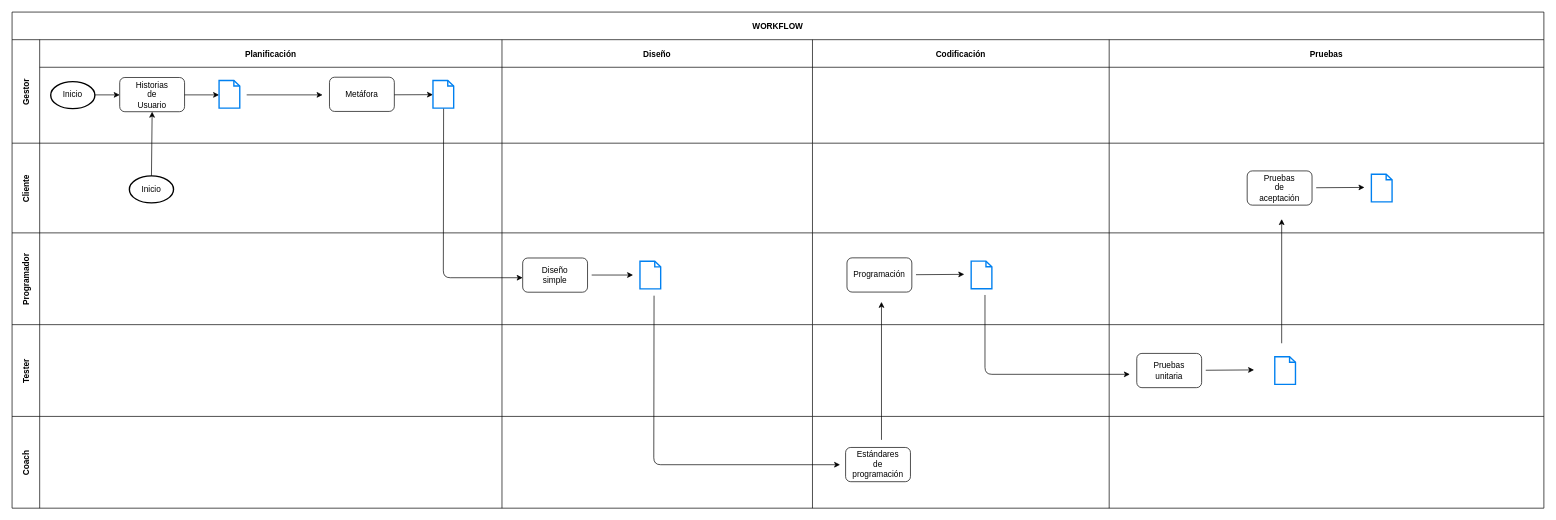
Earlier version of the draw.io diagram TG01/planning/Workflow.drawio (leoandy23/TG_MA). Source tidied: cells renumbered, new cells numbered last; positions are measured from the earlier drawing's top-left corner, leaving out a move shared by most shapes. Both pictures are drawn from the tidied source at 69%, with x=0, y=0 at pixel (12, 12).
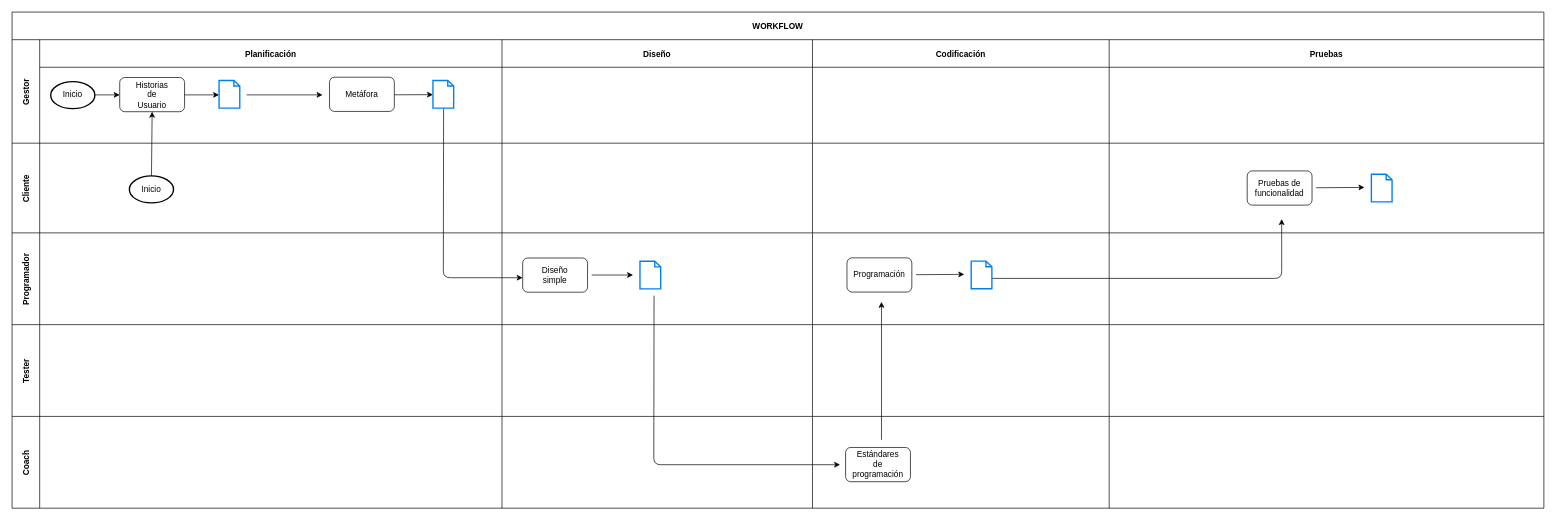
Above is the later version.

Unchanged cells that the change refers to:
```xml
<mxCell id="26" style="swimlane;swimlaneHead=0;swimlaneBody=0;fontStyle=0;fillColor=none;startSize=0;fontStyle=1;" parent="20" vertex="1">
  <mxGeometry x="1590" width="630" height="130" as="geometry" />
</mxCell>
<mxCell id="41" style="html=1;verticalLabelPosition=bottom;align=center;labelBackgroundColor=#ffffff;verticalAlign=top;strokeWidth=2;strokeColor=#0080F0;shadow=0;dashed=0;shape=mxgraph.ios7.icons.document;" parent="39" vertex="1">
  <mxGeometry x="230" y="41" width="30" height="40" as="geometry" />
</mxCell>
<mxCell id="48" style="swimlane;swimlaneHead=0;swimlaneBody=0;fontStyle=0;fillColor=none;startSize=0;fontStyle=1;" parent="45" vertex="1">
  <mxGeometry x="1160" width="430" height="133" as="geometry" />
</mxCell>
<mxCell id="50" style="swimlane;swimlaneHead=0;swimlaneBody=0;fontStyle=0;fillColor=none;startSize=0;fontStyle=1;" parent="45" vertex="1">
  <mxGeometry x="1590" width="630" height="133" as="geometry" />
</mxCell>
```

Change to the diagram source:
```diff
@@
-    <mxCell id="28" value="Pruebas de aceptación" style="text;html=1;strokeColor=none;fillColor=none;align=center;verticalAlign=middle;whiteSpace=wrap;rounded=0;" parent="26" vertex="1">
+    <mxCell id="28" value="Pruebas de funcionalidad" style="text;html=1;strokeColor=none;fillColor=none;align=center;verticalAlign=middle;whiteSpace=wrap;rounded=0;" parent="26" vertex="1">
       <mxGeometry x="217" y="50" width="60" height="30" as="geometry" />
     </mxCell>
@@
-    <mxCell id="49" style="edgeStyle=none;html=1;strokeColor=default;strokeWidth=1;endArrow=classic;endFill=1;" parent="48" edge="1">
-      <mxGeometry relative="1" as="geometry">
-        <mxPoint x="250" y="-43" as="sourcePoint" />
-        <mxPoint x="460" y="72" as="targetPoint" />
-        <Array as="points">
-          <mxPoint x="250" y="72" />
-        </Array>
-      </mxGeometry>
-    </mxCell>
@@
-    <mxCell id="51" style="rounded=1;whiteSpace=wrap;html=1;" parent="50" vertex="1">
-      <mxGeometry x="40" y="41.7" width="94" height="49.6" as="geometry" />
-    </mxCell>
-    <mxCell id="52" value="Pruebas unitaria" style="text;html=1;strokeColor=none;fillColor=none;align=center;verticalAlign=middle;whiteSpace=wrap;rounded=0;" parent="50" vertex="1">
-      <mxGeometry x="57" y="51.5" width="60" height="30" as="geometry" />
-    </mxCell>
-    <mxCell id="53" style="edgeStyle=none;html=1;strokeColor=default;strokeWidth=1;endArrow=classic;endFill=1;" parent="50" edge="1">
-      <mxGeometry relative="1" as="geometry">
-        <mxPoint x="140" y="66.1" as="sourcePoint" />
-        <mxPoint x="210" y="65.6" as="targetPoint" />
-      </mxGeometry>
-    </mxCell>
-    <mxCell id="54" style="html=1;verticalLabelPosition=bottom;align=center;labelBackgroundColor=#ffffff;verticalAlign=top;strokeWidth=2;strokeColor=#0080F0;shadow=0;dashed=0;shape=mxgraph.ios7.icons.document;" parent="50" vertex="1">
-      <mxGeometry x="240" y="46.5" width="30" height="40" as="geometry" />
-    </mxCell>
@@
-    <mxCell id="65" style="endArrow=classic;html=1;" parent="1" edge="1">
+    <mxCell id="65" style="endArrow=classic;html=1;exitX=1.024;exitY=0.625;exitDx=0;exitDy=0;exitPerimeter=0;" parent="1" edge="1" source="41">
       <mxGeometry relative="1" as="geometry">
-        <mxPoint x="1840" y="480" as="sourcePoint" />
         <mxPoint x="1840" y="300" as="targetPoint" />
+        <Array as="points">
+          <mxPoint x="1840" y="386" />
+        </Array>
       </mxGeometry>
     </mxCell>
```
